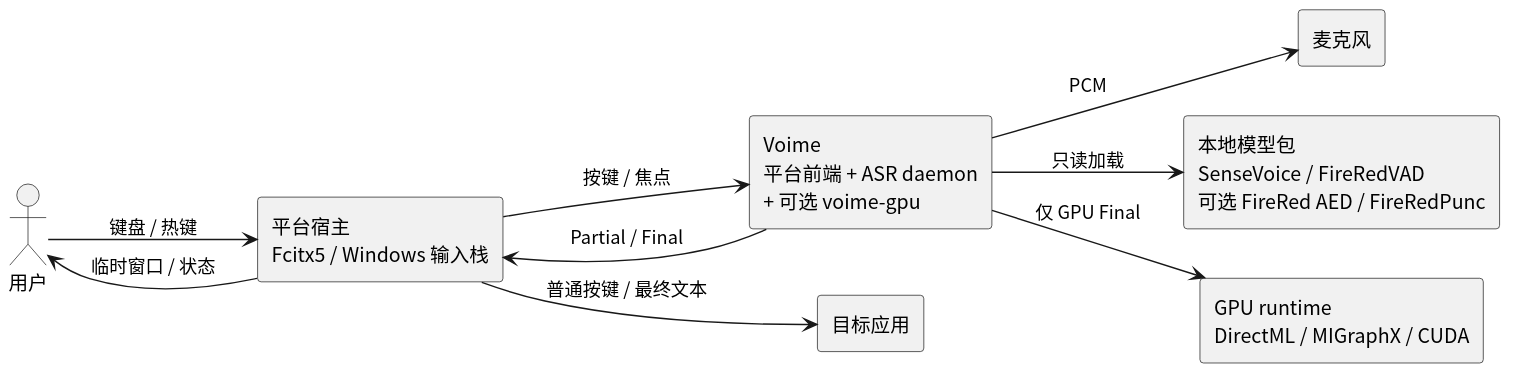
This is diagram/general-architecture.svg from 54m43lJ/voime, a PlantUML export, as it was before one commit.
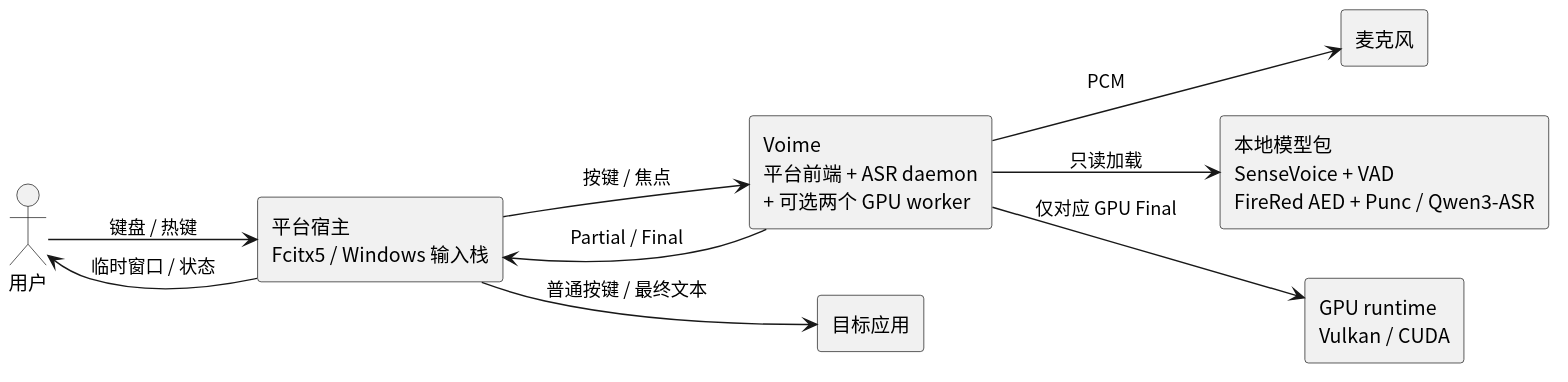
After the change.

The edit, as a diff of the source:
```diff
@@ -6,11 +6,11 @@
 
 actor "用户" as User
 component "平台宿主\nFcitx5 / Windows 输入栈" as Host
-component "Voime\n平台前端 + ASR daemon\n+ 可选 voime-gpu" as Voime
+component "Voime\n平台前端 + ASR daemon\n+ 可选两个 GPU worker" as Voime
 component "目标应用" as App
 component "麦克风" as Mic
-component "本地模型包\nSenseVoice / FireRedVAD\n可选 FireRed AED / FireRedPunc" as Models
-component "GPU runtime\nDirectML / MIGraphX / CUDA" as Gpu
+component "本地模型包\nSenseVoice + VAD\nFireRed AED + Punc / Qwen3-ASR" as Models
+component "GPU runtime\nVulkan / CUDA" as Gpu
 
 User --> Host : 键盘 / 热键
 Host --> Voime : 按键 / 焦点
@@ -19,5 +19,5 @@
 Host --> User : 临时窗口 / 状态
 Voime --> Mic : PCM
 Voime --> Models : 只读加载
-Voime --> Gpu : 仅 GPU Final
+Voime --> Gpu : 仅对应 GPU Final
 @enduml
```
